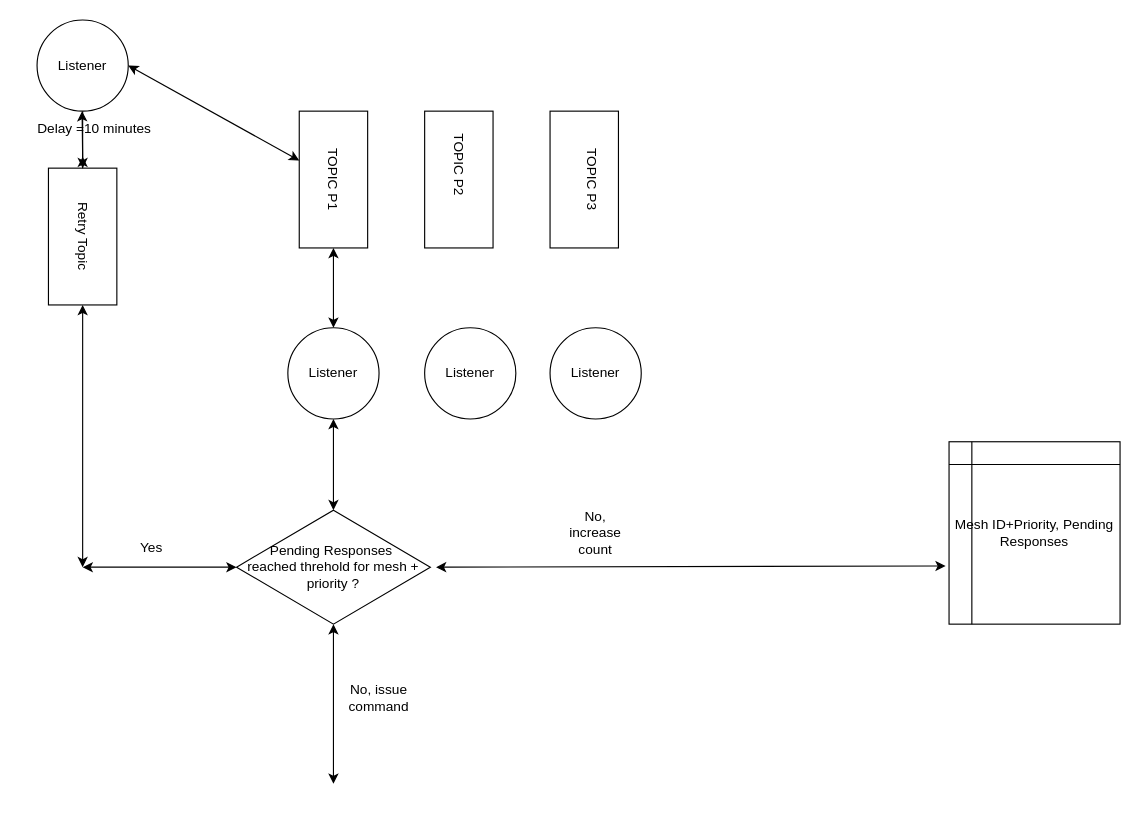
anshuldevmehta/RandomDiagrams keeps this draw.io diagram as Mesh Command Scheduler.drawio. Above is the earlier version. Source tidied: cells renumbered, new cells numbered last; positions are measured from the earlier drawing's top-left corner, leaving out a move shared by most shapes. Both pictures are drawn from the tidied source at 114%, with x=0, y=0 at pixel (14, 19).
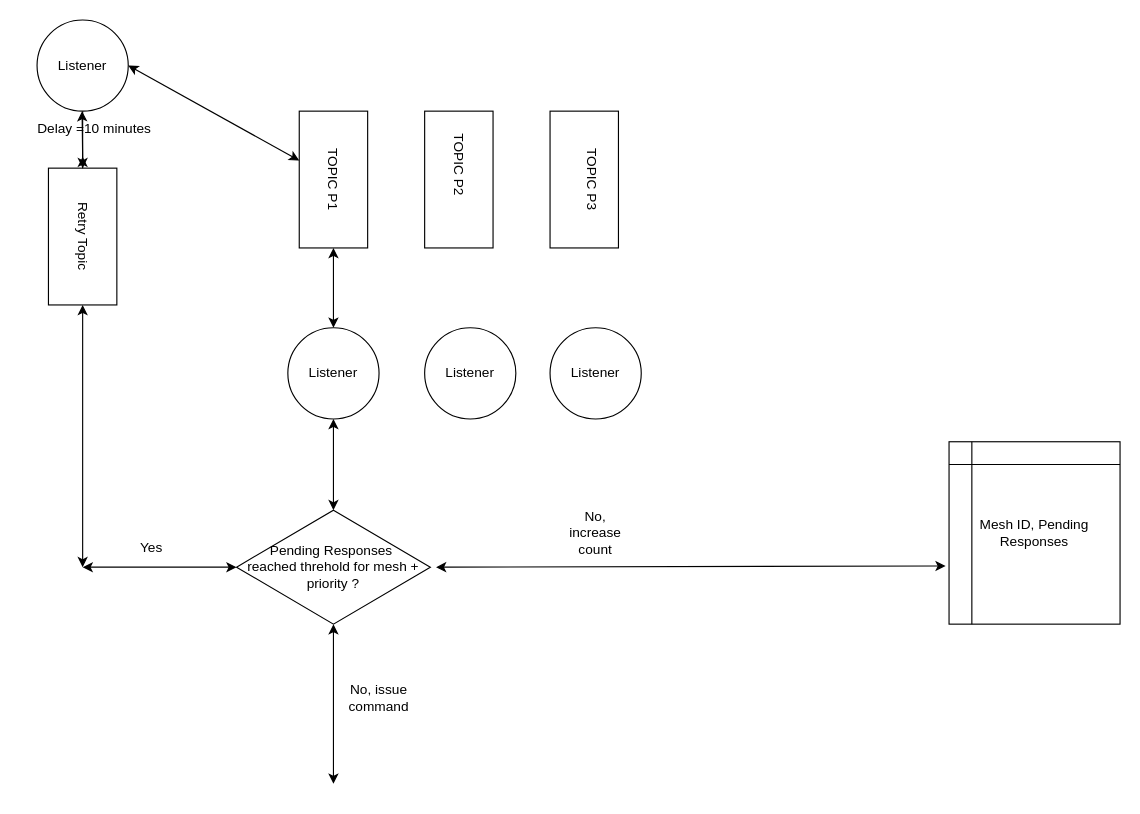
The same page after the edit.

Diff of the diagram source:
```diff
@@
-    <mxCell id="5" value="Mesh ID+Priority, Pending Responses" style="shape=internalStorage;whiteSpace=wrap;html=1;backgroundOutline=1;" parent="1" vertex="1">
+    <mxCell id="5" value="Mesh ID, Pending Responses" style="shape=internalStorage;whiteSpace=wrap;html=1;backgroundOutline=1;" parent="1" vertex="1">
       <mxGeometry x="820" y="370" width="150" height="160" as="geometry" />
     </mxCell>
```
